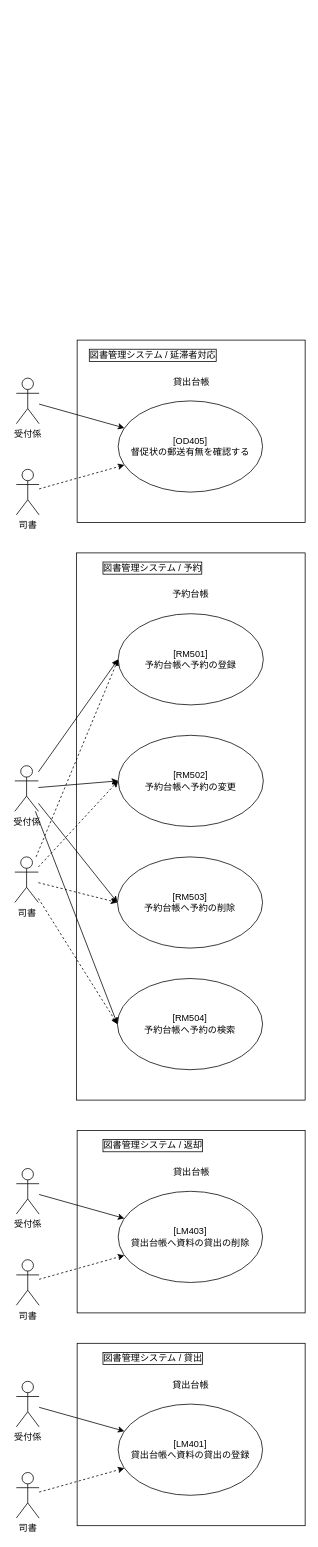
Before: Documents/図書管理システム/成果物/10_要件定義/ユースケース図/drawio/LM-RM-OD.drawio in charlie24403/Librarians, a draw.io diagram. Source tidied: cells renumbered, new cells numbered last; positions are measured from the earlier drawing's top-left corner, leaving out a move shared by most shapes. Both pictures are drawn from the tidied source at 76%, with x=0, y=0 at pixel (14, 340).
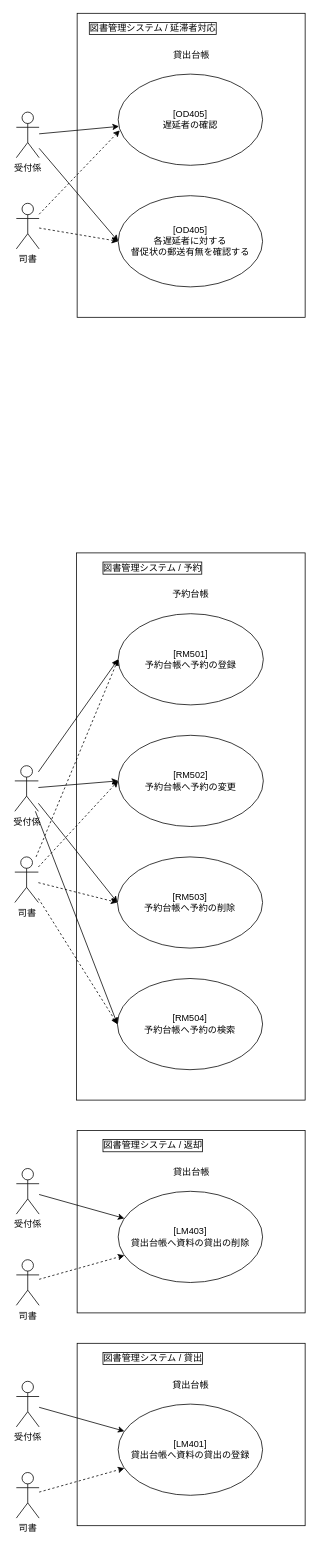
After the change.

Commit message (it also covers changes not shown here):
[update] OD_延滞者対応.docx

Diff of the diagram source:
```diff
@@
     <mxCell id="2" style="rounded=0;whiteSpace=wrap;html=1;fillColor=none;labelPosition=center;verticalLabelPosition=top;align=center;verticalAlign=bottom;" parent="1" vertex="1">
-      <mxGeometry x="82" width="300" height="240" as="geometry" />
+      <mxGeometry x="82" y="-430" width="300" height="400" as="geometry" />
     </mxCell>
@@
+    <mxCell id="43" style="rounded=0;jettySize=auto;html=1;entryX=0;entryY=0.5;entryDx=0;entryDy=0;" parent="1" edge="1" source="4" target="45">
+      <mxGeometry relative="1" as="geometry" />
+    </mxCell>
     <mxCell id="4" value="受付係" style="shape=umlActor;verticalLabelPosition=bottom;verticalAlign=top;html=1;outlineConnect=0;fillColor=none;" parent="1" vertex="1">
-      <mxGeometry x="2" y="50" width="30" height="60" as="geometry" />
+      <mxGeometry x="2" y="-300" width="30" height="60" as="geometry" />
     </mxCell>
-    <mxCell id="5" style="edgeStyle=none;rounded=0;jettySize=auto;html=1;dashed=1;" parent="1" edge="1" source="6" target="8">
+    <mxCell id="5" style="edgeStyle=none;rounded=0;jettySize=auto;html=1;dashed=1;entryX=0.011;entryY=0.617;entryDx=0;entryDy=0;entryPerimeter=0;" parent="1" edge="1" source="6" target="8">
       <mxGeometry relative="1" as="geometry" />
     </mxCell>
+    <mxCell id="44" style="edgeStyle=none;rounded=0;jettySize=auto;html=1;dashed=1;entryX=0;entryY=0.5;entryDx=0;entryDy=0;" parent="1" edge="1" source="6" target="45">
+      <mxGeometry relative="1" as="geometry" />
+    </mxCell>
     <mxCell id="6" value="司書" style="shape=umlActor;verticalLabelPosition=bottom;verticalAlign=top;html=1;outlineConnect=0;fillColor=none;" parent="1" vertex="1">
-      <mxGeometry x="2" y="170" width="30" height="60" as="geometry" />
+      <mxGeometry x="2" y="-180" width="30" height="60" as="geometry" />
     </mxCell>
     <mxCell id="7" value="図書管理システム / 延滞者対応" style="text;html=1;strokeColor=none;fillColor=none;align=center;verticalAlign=middle;whiteSpace=wrap;rounded=0;labelBorderColor=default;" parent="1" vertex="1">
-      <mxGeometry x="82" width="200" height="40" as="geometry" />
+      <mxGeometry x="82" y="-430" width="200" height="40" as="geometry" />
     </mxCell>
-    <mxCell id="8" value="[OD405]&lt;br&gt;督促状の郵送有無を確認する" style="ellipse;whiteSpace=wrap;html=1;labelBorderColor=none;fillColor=none;" parent="1" vertex="1">
-      <mxGeometry x="136" y="80" width="190" height="120" as="geometry" />
+    <mxCell id="8" value="[OD405]&lt;br&gt;遅延者の確認" style="ellipse;whiteSpace=wrap;html=1;labelBorderColor=none;fillColor=none;" parent="1" vertex="1">
+      <mxGeometry x="136" y="-350" width="190" height="120" as="geometry" />
     </mxCell>
@@
     <mxCell id="39" value="貸出台帳" style="text;html=1;strokeColor=none;fillColor=none;align=center;verticalAlign=middle;whiteSpace=wrap;rounded=0;labelBorderColor=none;" parent="1" vertex="1">
-      <mxGeometry x="139.5" y="40" width="185" height="30" as="geometry" />
+      <mxGeometry x="139.5" y="-390" width="185" height="30" as="geometry" />
     </mxCell>
@@
+    <mxCell id="45" value="[OD405]&lt;br&gt;各遅延者に対する&lt;br&gt;督促状の郵送有無を確認する" style="ellipse;whiteSpace=wrap;html=1;labelBorderColor=none;fillColor=none;" parent="1" vertex="1">
+      <mxGeometry x="136" y="-190" width="190" height="120" as="geometry" />
+    </mxCell>
```
